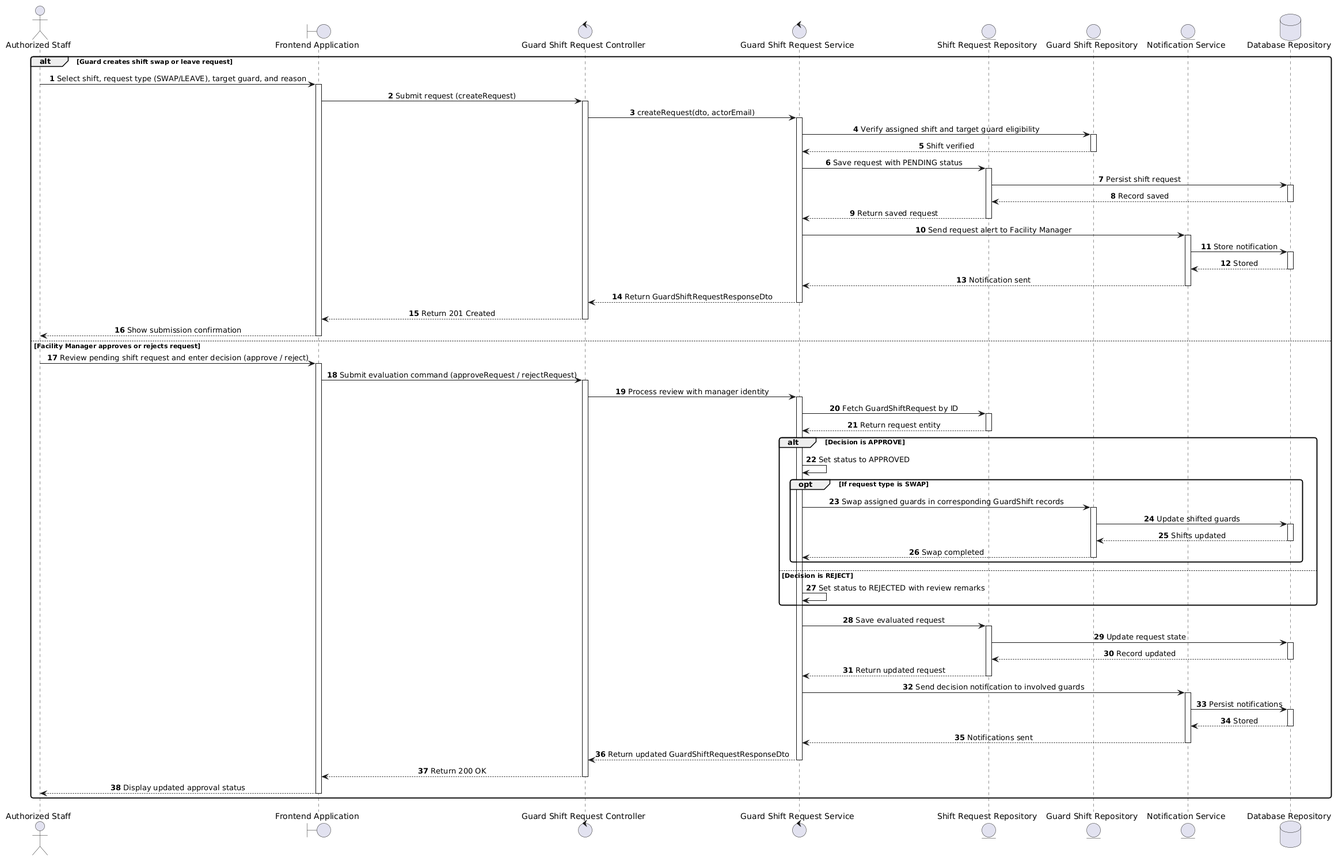
The PlantUML diagram docs/diagrams/seq_3.10.4.png in AnhHao2505/AI-Based-Intelligent-Campus-Security-Surveillance-System, before a commit. The source it was exported from:
```plantuml
@startuml
skinparam shadowing false
skinparam monochrome false
skinparam roundcorner 8
skinparam defaultFontName Arial
skinparam sequenceMessageAlign center

autonumber

actor "Authorized Staff" as Staff
boundary "Frontend Application" as App
control "Guard Shift Request Controller" as Controller
control "Guard Shift Request Service" as Service
entity "Shift Request Repository" as RequestRepo
entity "Guard Shift Repository" as ShiftRepo
entity "Notification Service" as Notif
database "Database Repository" as DB

alt Guard creates shift swap or leave request
    Staff -> App : Select shift, request type (SWAP/LEAVE), target guard, and reason
    activate App
    App -> Controller : Submit request (createRequest)
    activate Controller
    Controller -> Service : createRequest(dto, actorEmail)
    activate Service
    Service -> ShiftRepo : Verify assigned shift and target guard eligibility
    activate ShiftRepo
    ShiftRepo --> Service : Shift verified
    deactivate ShiftRepo
    Service -> RequestRepo : Save request with PENDING status
    activate RequestRepo
    RequestRepo -> DB : Persist shift request
    activate DB
    DB --> RequestRepo : Record saved
    deactivate DB
    RequestRepo --> Service : Return saved request
    deactivate RequestRepo
    Service -> Notif : Send request alert to Facility Manager
    activate Notif
    Notif -> DB : Store notification
    activate DB
    DB --> Notif : Stored
    deactivate DB
    Notif --> Service : Notification sent
    deactivate Notif
    Service --> Controller : Return GuardShiftRequestResponseDto
    deactivate Service
    Controller --> App : Return 201 Created
    deactivate Controller
    App --> Staff : Show submission confirmation
    deactivate App
else Facility Manager approves or rejects request
    Staff -> App : Review pending shift request and enter decision (approve / reject)
    activate App
    App -> Controller : Submit evaluation command (approveRequest / rejectRequest)
    activate Controller
    Controller -> Service : Process review with manager identity
    activate Service
    Service -> RequestRepo : Fetch GuardShiftRequest by ID
    activate RequestRepo
    RequestRepo --> Service : Return request entity
    deactivate RequestRepo
    alt Decision is APPROVE
        Service -> Service : Set status to APPROVED
        opt If request type is SWAP
            Service -> ShiftRepo : Swap assigned guards in corresponding GuardShift records
            activate ShiftRepo
            ShiftRepo -> DB : Update shifted guards
            activate DB
            DB --> ShiftRepo : Shifts updated
            deactivate DB
            ShiftRepo --> Service : Swap completed
            deactivate ShiftRepo
        end
    else Decision is REJECT
        Service -> Service : Set status to REJECTED with review remarks
    end
    Service -> RequestRepo : Save evaluated request
    activate RequestRepo
    RequestRepo -> DB : Update request state
    activate DB
    DB --> RequestRepo : Record updated
    deactivate DB
    RequestRepo --> Service : Return updated request
    deactivate RequestRepo
    Service -> Notif : Send decision notification to involved guards
    activate Notif
    Notif -> DB : Persist notifications
    activate DB
    DB --> Notif : Stored
    deactivate DB
    Notif --> Service : Notifications sent
    deactivate Notif
    Service --> Controller : Return updated GuardShiftRequestResponseDto
    deactivate Service
    Controller --> App : Return 200 OK
    deactivate Controller
    App --> Staff : Display updated approval status
    deactivate App
end
@enduml
```
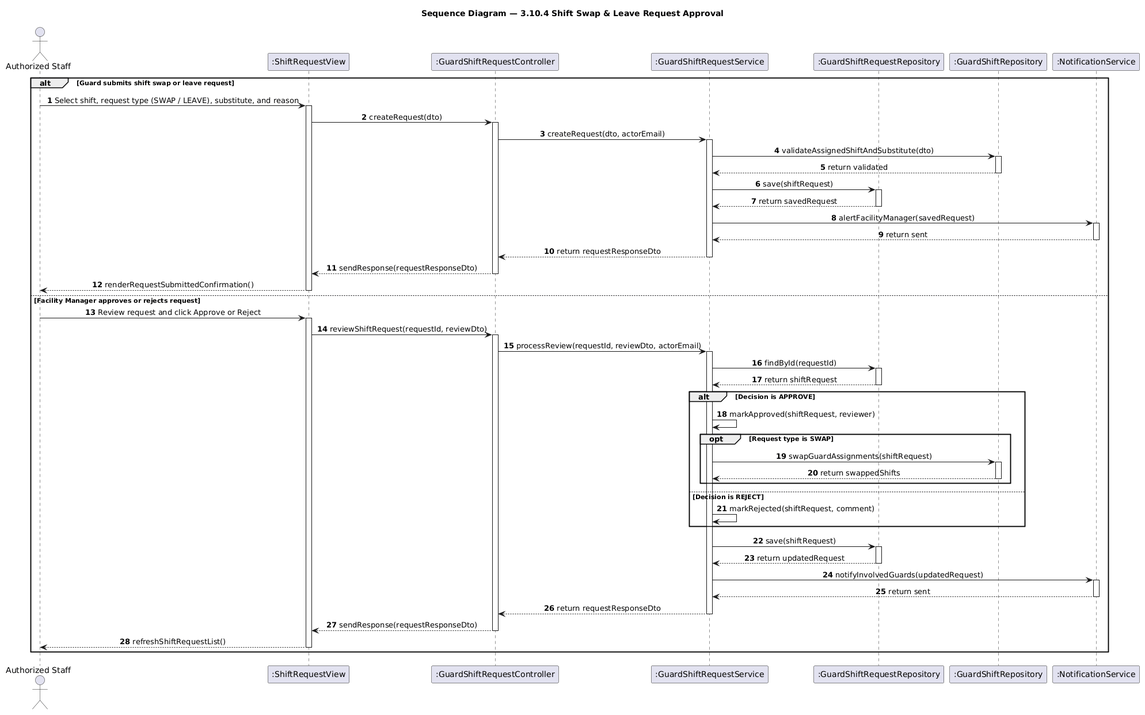
The same diagram one commit later.

What changed in the source:
```diff
@@ -1,101 +1,80 @@
 @startuml
 skinparam shadowing false
-skinparam monochrome false
-skinparam roundcorner 8
-skinparam defaultFontName Arial
 skinparam sequenceMessageAlign center
-
 autonumber
 
+title Sequence Diagram — 3.10.4 Shift Swap & Leave Request Approval
+
 actor "Authorized Staff" as Staff
-boundary "Frontend Application" as App
-control "Guard Shift Request Controller" as Controller
-control "Guard Shift Request Service" as Service
-entity "Shift Request Repository" as RequestRepo
-entity "Guard Shift Repository" as ShiftRepo
-entity "Notification Service" as Notif
-database "Database Repository" as DB
+participant ":ShiftRequestView" as View
+participant ":GuardShiftRequestController" as Controller
+participant ":GuardShiftRequestService" as Service
+participant ":GuardShiftRequestRepository" as RequestRepo
+participant ":GuardShiftRepository" as ShiftRepo
+participant ":NotificationService" as Notif
 
-alt Guard creates shift swap or leave request
-    Staff -> App : Select shift, request type (SWAP/LEAVE), target guard, and reason
-    activate App
-    App -> Controller : Submit request (createRequest)
+alt Guard submits shift swap or leave request
+    Staff -> View : Select shift, request type (SWAP / LEAVE), substitute, and reason
+    activate View
+    View -> Controller : createRequest(dto)
     activate Controller
     Controller -> Service : createRequest(dto, actorEmail)
     activate Service
-    Service -> ShiftRepo : Verify assigned shift and target guard eligibility
+    Service -> ShiftRepo : validateAssignedShiftAndSubstitute(dto)
     activate ShiftRepo
-    ShiftRepo --> Service : Shift verified
+    ShiftRepo --> Service : return validated
     deactivate ShiftRepo
-    Service -> RequestRepo : Save request with PENDING status
+    Service -> RequestRepo : save(shiftRequest)
     activate RequestRepo
-    RequestRepo -> DB : Persist shift request
-    activate DB
-    DB --> RequestRepo : Record saved
-    deactivate DB
-    RequestRepo --> Service : Return saved request
+    RequestRepo --> Service : return savedRequest
     deactivate RequestRepo
-    Service -> Notif : Send request alert to Facility Manager
+    Service -> Notif : alertFacilityManager(savedRequest)
     activate Notif
-    Notif -> DB : Store notification
-    activate DB
-    DB --> Notif : Stored
-    deactivate DB
-    Notif --> Service : Notification sent
+    Notif --> Service : return sent
     deactivate Notif
-    Service --> Controller : Return GuardShiftRequestResponseDto
+    Service --> Controller : return requestResponseDto
     deactivate Service
-    Controller --> App : Return 201 Created
+    Controller --> View : sendResponse(requestResponseDto)
     deactivate Controller
-    App --> Staff : Show submission confirmation
-    deactivate App
+    View --> Staff : renderRequestSubmittedConfirmation()
+    deactivate View
 else Facility Manager approves or rejects request
-    Staff -> App : Review pending shift request and enter decision (approve / reject)
-    activate App
-    App -> Controller : Submit evaluation command (approveRequest / rejectRequest)
+    Staff -> View : Review request and click Approve or Reject
+    activate View
+    View -> Controller : reviewShiftRequest(requestId, reviewDto)
     activate Controller
-    Controller -> Service : Process review with manager identity
+    Controller -> Service : processReview(requestId, reviewDto, actorEmail)
     activate Service
-    Service -> RequestRepo : Fetch GuardShiftRequest by ID
+    Service -> RequestRepo : findById(requestId)
     activate RequestRepo
-    RequestRepo --> Service : Return request entity
+    RequestRepo --> Service : return shiftRequest
     deactivate RequestRepo
+
     alt Decision is APPROVE
-        Service -> Service : Set status to APPROVED
-        opt If request type is SWAP
-            Service -> ShiftRepo : Swap assigned guards in corresponding GuardShift records
+        Service -> Service : markApproved(shiftRequest, reviewer)
+        opt Request type is SWAP
+            Service -> ShiftRepo : swapGuardAssignments(shiftRequest)
             activate ShiftRepo
-            ShiftRepo -> DB : Update shifted guards
-            activate DB
-            DB --> ShiftRepo : Shifts updated
-            deactivate DB
-            ShiftRepo --> Service : Swap completed
+            ShiftRepo --> Service : return swappedShifts
             deactivate ShiftRepo
         end
     else Decision is REJECT
-        Service -> Service : Set status to REJECTED with review remarks
+        Service -> Service : markRejected(shiftRequest, comment)
     end
-    Service -> RequestRepo : Save evaluated request
+
+    Service -> RequestRepo : save(shiftRequest)
     activate RequestRepo
-    RequestRepo -> DB : Update request state
-    activate DB
-    DB --> RequestRepo : Record updated
-    deactivate DB
-    RequestRepo --> Service : Return updated request
+    RequestRepo --> Service : return updatedRequest
     deactivate RequestRepo
-    Service -> Notif : Send decision notification to involved guards
+    Service -> Notif : notifyInvolvedGuards(updatedRequest)
     activate Notif
-    Notif -> DB : Persist notifications
-    activate DB
-    DB --> Notif : Stored
-    deactivate DB
-    Notif --> Service : Notifications sent
+    Notif --> Service : return sent
     deactivate Notif
-    Service --> Controller : Return updated GuardShiftRequestResponseDto
+    Service --> Controller : return requestResponseDto
     deactivate Service
-    Controller --> App : Return 200 OK
+    Controller --> View : sendResponse(requestResponseDto)
     deactivate Controller
-    App --> Staff : Display updated approval status
-    deactivate App
+    View --> Staff : refreshShiftRequestList()
+    deactivate View
 end
 @enduml
```
